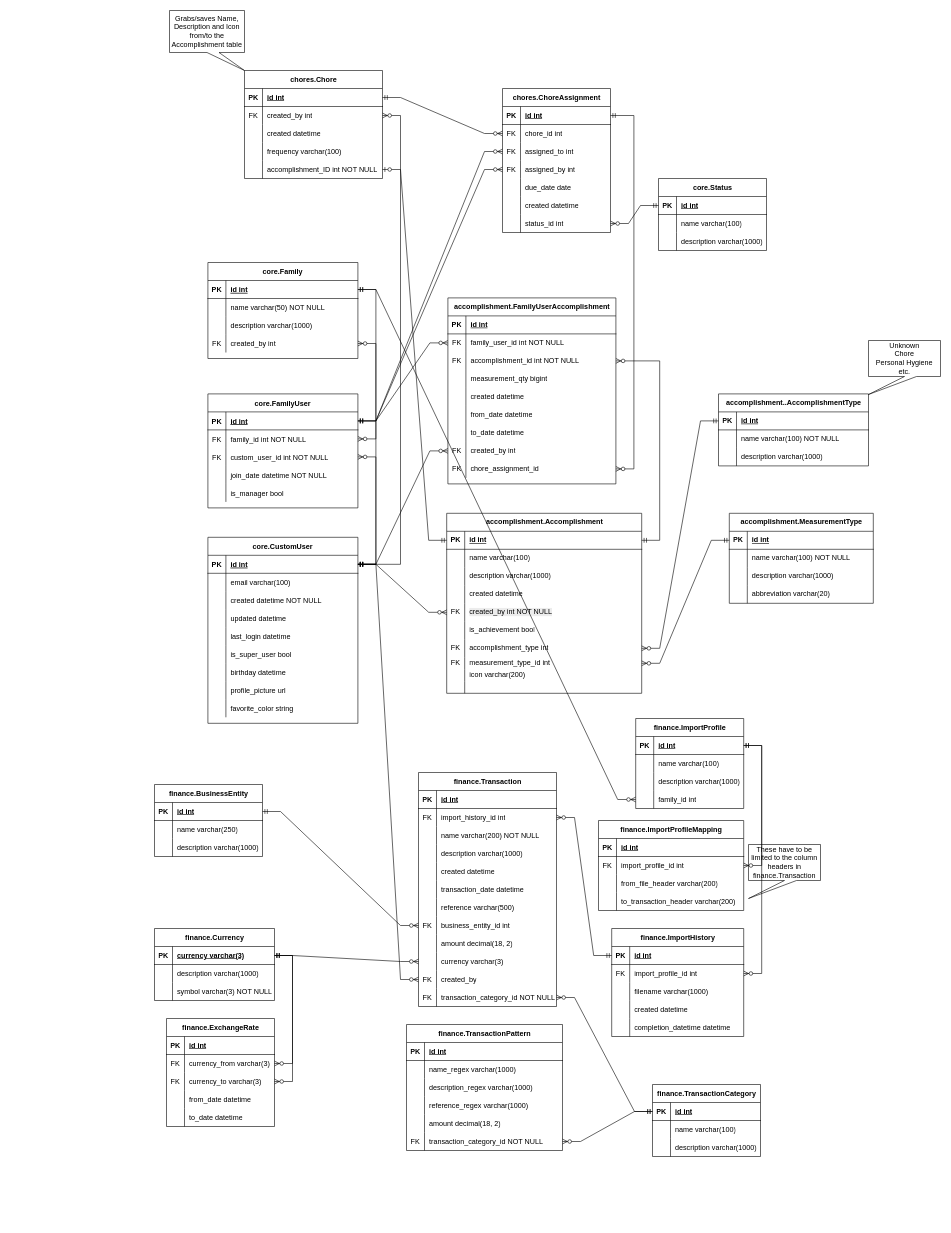
Before: documentation/erds/FamilyThingsERD.drawio in WimpieRatte/FamilyThings, a draw.io diagram. Source tidied: cells renumbered, new cells numbered last; positions are measured from the earlier drawing's top-left corner, leaving out a move shared by most shapes. Both pictures are drawn from the tidied source at 60%, with x=0, y=0 at pixel (154, 10).
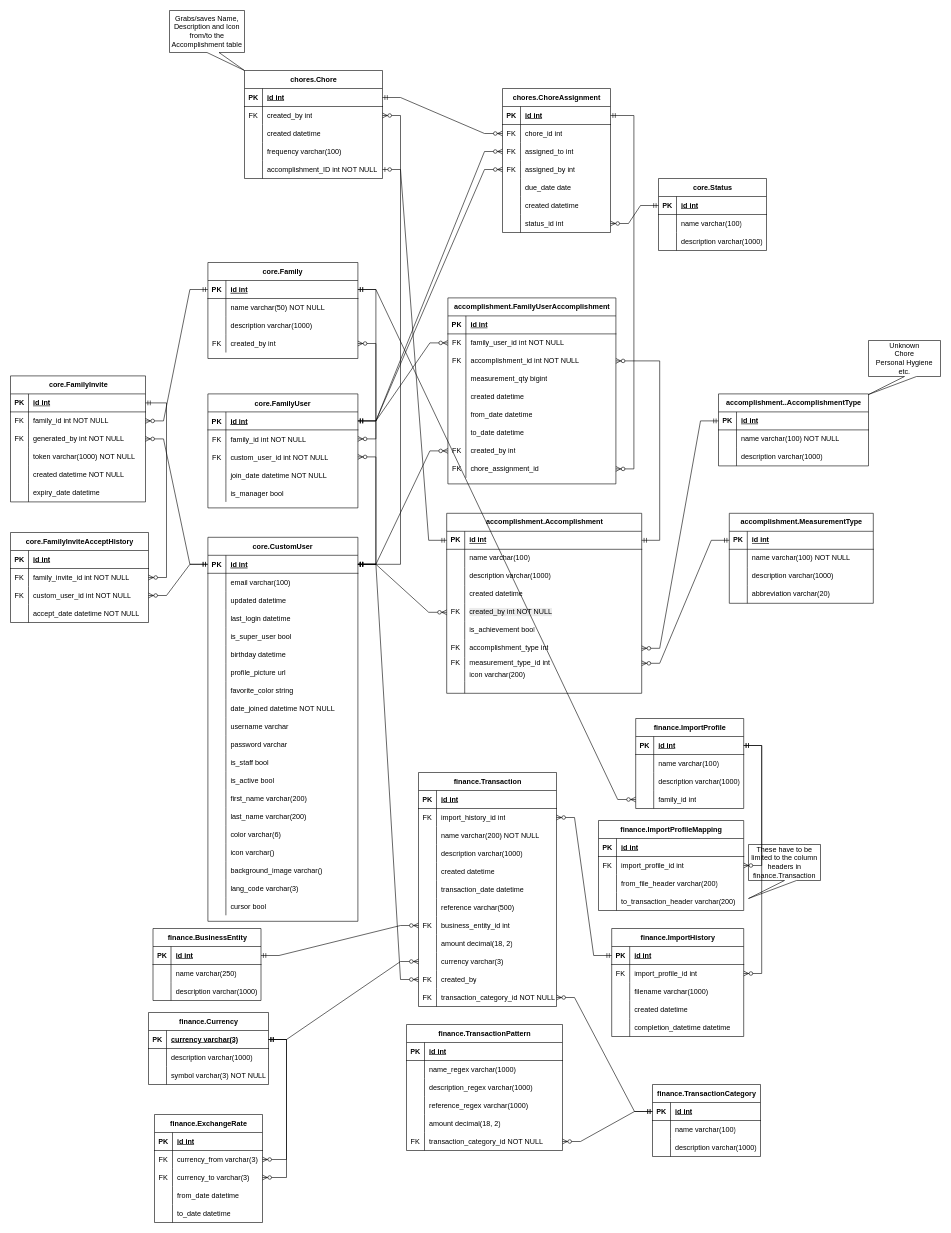
The same diagram, later.

The change refers to these unchanged cells:
```xml
<mxCell id="19" style="shape=partialRectangle;fillColor=none;points=[[0,0.5],[1,0.5]];portConstraint=eastwest;top=0;left=0;right=0;bottom=1;" parent="18" vertex="1">
  <mxGeometry y="30" width="250" height="30" as="geometry" />
</mxCell>
<mxCell id="129" style="shape=partialRectangle;fillColor=none;points=[[0,0.5],[1,0.5]];portConstraint=eastwest;top=0;left=0;right=0;bottom=1;" parent="128" vertex="1">
  <mxGeometry y="30" width="250" height="30" as="geometry" />
</mxCell>
```

The edit, as a diff of the source:
```diff
@@
     <mxCell id="18" value="core.CustomUser" style="shape=table;startSize=30;childLayout=tableLayout;rowLines=0;fontStyle=1;align=center;" parent="1" vertex="1">
-      <mxGeometry x="89" y="878" width="250" height="310" as="geometry" />
+      <mxGeometry x="89" y="878" width="250" height="640" as="geometry" />
     </mxCell>
@@
-    <mxCell id="25" style="shape=partialRectangle;fillColor=none;top=0;left=0;right=0;bottom=0;" parent="18" vertex="1">
-      <mxGeometry y="90" width="250" height="30" as="geometry" />
-    </mxCell>
-    <mxCell id="26" style="shape=partialRectangle;overflow=hidden;fillColor=none;top=0;left=0;bottom=0;right=0;" parent="25" vertex="1">
-      <mxGeometry width="30" height="30" as="geometry" />
-    </mxCell>
-    <mxCell id="27" value="created datetime NOT NULL" style="shape=partialRectangle;overflow=hidden;fillColor=none;top=0;left=0;bottom=0;right=0;align=left;spacingLeft=6;" parent="25" vertex="1">
-      <mxGeometry x="30" width="220" height="30" as="geometry" />
-    </mxCell>
     <mxCell id="28" style="shape=partialRectangle;fillColor=none;top=0;left=0;right=0;bottom=0;" parent="18" vertex="1">
-      <mxGeometry y="120" width="250" height="30" as="geometry" />
+      <mxGeometry y="90" width="250" height="30" as="geometry" />
     </mxCell>
@@
     <mxCell id="31" style="shape=partialRectangle;fillColor=none;top=0;left=0;right=0;bottom=0;" parent="18" vertex="1">
-      <mxGeometry y="150" width="250" height="30" as="geometry" />
+      <mxGeometry y="120" width="250" height="30" as="geometry" />
     </mxCell>
@@
     <mxCell id="34" style="shape=partialRectangle;fillColor=none;top=0;left=0;right=0;bottom=0;" parent="18" vertex="1">
-      <mxGeometry y="180" width="250" height="30" as="geometry" />
+      <mxGeometry y="150" width="250" height="30" as="geometry" />
     </mxCell>
@@
     <mxCell id="37" style="shape=partialRectangle;fillColor=none;top=0;left=0;right=0;bottom=0;" parent="18" vertex="1">
-      <mxGeometry y="210" width="250" height="30" as="geometry" />
+      <mxGeometry y="180" width="250" height="30" as="geometry" />
     </mxCell>
@@
     <mxCell id="40" style="shape=partialRectangle;fillColor=none;top=0;left=0;right=0;bottom=0;" parent="18" vertex="1">
-      <mxGeometry y="240" width="250" height="30" as="geometry" />
+      <mxGeometry y="210" width="250" height="30" as="geometry" />
     </mxCell>
@@
     <mxCell id="43" style="shape=partialRectangle;fillColor=none;top=0;left=0;right=0;bottom=0;" parent="18" vertex="1">
-      <mxGeometry y="270" width="250" height="30" as="geometry" />
+      <mxGeometry y="240" width="250" height="30" as="geometry" />
     </mxCell>
@@
+    <mxCell id="363" style="shape=partialRectangle;fillColor=none;top=0;left=0;right=0;bottom=0;" parent="18" vertex="1">
+      <mxGeometry y="270" width="250" height="30" as="geometry" />
+    </mxCell>
+    <mxCell id="364" style="shape=partialRectangle;overflow=hidden;fillColor=none;top=0;left=0;bottom=0;right=0;" parent="363" vertex="1">
+      <mxGeometry width="30" height="30" as="geometry" />
+    </mxCell>
+    <mxCell id="365" value="date_joined datetime NOT NULL" style="shape=partialRectangle;overflow=hidden;fillColor=none;top=0;left=0;bottom=0;right=0;align=left;spacingLeft=6;" parent="363" vertex="1">
+      <mxGeometry x="30" width="220" height="30" as="geometry" />
+    </mxCell>
+    <mxCell id="366" style="shape=partialRectangle;fillColor=none;top=0;left=0;right=0;bottom=0;" parent="18" vertex="1">
+      <mxGeometry y="300" width="250" height="30" as="geometry" />
+    </mxCell>
+    <mxCell id="367" style="shape=partialRectangle;overflow=hidden;fillColor=none;top=0;left=0;bottom=0;right=0;" parent="366" vertex="1">
+      <mxGeometry width="30" height="30" as="geometry" />
+    </mxCell>
+    <mxCell id="368" value="username varchar" style="shape=partialRectangle;overflow=hidden;fillColor=none;top=0;left=0;bottom=0;right=0;align=left;spacingLeft=6;" parent="366" vertex="1">
+      <mxGeometry x="30" width="220" height="30" as="geometry" />
+    </mxCell>
+    <mxCell id="369" style="shape=partialRectangle;fillColor=none;top=0;left=0;right=0;bottom=0;" parent="18" vertex="1">
+      <mxGeometry y="330" width="250" height="30" as="geometry" />
+    </mxCell>
+    <mxCell id="370" style="shape=partialRectangle;overflow=hidden;fillColor=none;top=0;left=0;bottom=0;right=0;" parent="369" vertex="1">
+      <mxGeometry width="30" height="30" as="geometry" />
+    </mxCell>
+    <mxCell id="371" value="password varchar" style="shape=partialRectangle;overflow=hidden;fillColor=none;top=0;left=0;bottom=0;right=0;align=left;spacingLeft=6;" parent="369" vertex="1">
+      <mxGeometry x="30" width="220" height="30" as="geometry" />
+    </mxCell>
+    <mxCell id="372" style="shape=partialRectangle;fillColor=none;top=0;left=0;right=0;bottom=0;" parent="18" vertex="1">
+      <mxGeometry y="360" width="250" height="30" as="geometry" />
+    </mxCell>
+    <mxCell id="373" style="shape=partialRectangle;overflow=hidden;fillColor=none;top=0;left=0;bottom=0;right=0;" parent="372" vertex="1">
+      <mxGeometry width="30" height="30" as="geometry" />
+    </mxCell>
+    <mxCell id="374" value="is_staff bool" style="shape=partialRectangle;overflow=hidden;fillColor=none;top=0;left=0;bottom=0;right=0;align=left;spacingLeft=6;" parent="372" vertex="1">
+      <mxGeometry x="30" width="220" height="30" as="geometry" />
+    </mxCell>
+    <mxCell id="375" style="shape=partialRectangle;fillColor=none;top=0;left=0;right=0;bottom=0;" parent="18" vertex="1">
+      <mxGeometry y="390" width="250" height="30" as="geometry" />
+    </mxCell>
+    <mxCell id="376" style="shape=partialRectangle;overflow=hidden;fillColor=none;top=0;left=0;bottom=0;right=0;" parent="375" vertex="1">
+      <mxGeometry width="30" height="30" as="geometry" />
+    </mxCell>
+    <mxCell id="377" value="is_active bool" style="shape=partialRectangle;overflow=hidden;fillColor=none;top=0;left=0;bottom=0;right=0;align=left;spacingLeft=6;" parent="375" vertex="1">
+      <mxGeometry x="30" width="220" height="30" as="geometry" />
+    </mxCell>
+    <mxCell id="378" style="shape=partialRectangle;fillColor=none;top=0;left=0;right=0;bottom=0;" parent="18" vertex="1">
+      <mxGeometry y="420" width="250" height="30" as="geometry" />
+    </mxCell>
+    <mxCell id="379" style="shape=partialRectangle;overflow=hidden;fillColor=none;top=0;left=0;bottom=0;right=0;" parent="378" vertex="1">
+      <mxGeometry width="30" height="30" as="geometry" />
+    </mxCell>
+    <mxCell id="380" value="first_name varchar(200)" style="shape=partialRectangle;overflow=hidden;fillColor=none;top=0;left=0;bottom=0;right=0;align=left;spacingLeft=6;" parent="378" vertex="1">
+      <mxGeometry x="30" width="220" height="30" as="geometry" />
+    </mxCell>
+    <mxCell id="381" style="shape=partialRectangle;fillColor=none;top=0;left=0;right=0;bottom=0;" parent="18" vertex="1">
+      <mxGeometry y="450" width="250" height="30" as="geometry" />
+    </mxCell>
+    <mxCell id="382" style="shape=partialRectangle;overflow=hidden;fillColor=none;top=0;left=0;bottom=0;right=0;" parent="381" vertex="1">
+      <mxGeometry width="30" height="30" as="geometry" />
+    </mxCell>
+    <mxCell id="383" value="last_name varchar(200)" style="shape=partialRectangle;overflow=hidden;fillColor=none;top=0;left=0;bottom=0;right=0;align=left;spacingLeft=6;" parent="381" vertex="1">
+      <mxGeometry x="30" width="220" height="30" as="geometry" />
+    </mxCell>
+    <mxCell id="384" style="shape=partialRectangle;fillColor=none;top=0;left=0;right=0;bottom=0;" parent="18" vertex="1">
+      <mxGeometry y="480" width="250" height="30" as="geometry" />
+    </mxCell>
+    <mxCell id="385" style="shape=partialRectangle;overflow=hidden;fillColor=none;top=0;left=0;bottom=0;right=0;" parent="384" vertex="1">
+      <mxGeometry width="30" height="30" as="geometry" />
+    </mxCell>
+    <mxCell id="386" value="color varchar(6)" style="shape=partialRectangle;overflow=hidden;fillColor=none;top=0;left=0;bottom=0;right=0;align=left;spacingLeft=6;" parent="384" vertex="1">
+      <mxGeometry x="30" width="220" height="30" as="geometry" />
+    </mxCell>
+    <mxCell id="387" style="shape=partialRectangle;fillColor=none;top=0;left=0;right=0;bottom=0;" parent="18" vertex="1">
+      <mxGeometry y="510" width="250" height="30" as="geometry" />
+    </mxCell>
+    <mxCell id="388" style="shape=partialRectangle;overflow=hidden;fillColor=none;top=0;left=0;bottom=0;right=0;" parent="387" vertex="1">
+      <mxGeometry width="30" height="30" as="geometry" />
+    </mxCell>
+    <mxCell id="389" value="icon varchar()" style="shape=partialRectangle;overflow=hidden;fillColor=none;top=0;left=0;bottom=0;right=0;align=left;spacingLeft=6;" parent="387" vertex="1">
+      <mxGeometry x="30" width="220" height="30" as="geometry" />
+    </mxCell>
+    <mxCell id="390" style="shape=partialRectangle;fillColor=none;top=0;left=0;right=0;bottom=0;" parent="18" vertex="1">
+      <mxGeometry y="540" width="250" height="30" as="geometry" />
+    </mxCell>
+    <mxCell id="391" style="shape=partialRectangle;overflow=hidden;fillColor=none;top=0;left=0;bottom=0;right=0;" parent="390" vertex="1">
+      <mxGeometry width="30" height="30" as="geometry" />
+    </mxCell>
+    <mxCell id="392" value="background_image varchar()" style="shape=partialRectangle;overflow=hidden;fillColor=none;top=0;left=0;bottom=0;right=0;align=left;spacingLeft=6;" parent="390" vertex="1">
+      <mxGeometry x="30" width="220" height="30" as="geometry" />
+    </mxCell>
+    <mxCell id="393" style="shape=partialRectangle;fillColor=none;top=0;left=0;right=0;bottom=0;" parent="18" vertex="1">
+      <mxGeometry y="570" width="250" height="30" as="geometry" />
+    </mxCell>
+    <mxCell id="394" style="shape=partialRectangle;overflow=hidden;fillColor=none;top=0;left=0;bottom=0;right=0;" parent="393" vertex="1">
+      <mxGeometry width="30" height="30" as="geometry" />
+    </mxCell>
+    <mxCell id="395" value="lang_code varchar(3)" style="shape=partialRectangle;overflow=hidden;fillColor=none;top=0;left=0;bottom=0;right=0;align=left;spacingLeft=6;" parent="393" vertex="1">
+      <mxGeometry x="30" width="220" height="30" as="geometry" />
+    </mxCell>
+    <mxCell id="396" style="shape=partialRectangle;fillColor=none;top=0;left=0;right=0;bottom=0;" parent="18" vertex="1">
+      <mxGeometry y="600" width="250" height="30" as="geometry" />
+    </mxCell>
+    <mxCell id="397" style="shape=partialRectangle;overflow=hidden;fillColor=none;top=0;left=0;bottom=0;right=0;" parent="396" vertex="1">
+      <mxGeometry width="30" height="30" as="geometry" />
+    </mxCell>
+    <mxCell id="398" value="cursor bool" style="shape=partialRectangle;overflow=hidden;fillColor=none;top=0;left=0;bottom=0;right=0;align=left;spacingLeft=6;" parent="396" vertex="1">
+      <mxGeometry x="30" width="220" height="30" as="geometry" />
+    </mxCell>
@@
     <mxCell id="187" value="finance.BusinessEntity" style="shape=table;startSize=30;childLayout=tableLayout;rowLines=0;fontStyle=1;align=center;html=1;" parent="1" vertex="1">
-      <mxGeometry y="1290" width="180" height="120" as="geometry" />
+      <mxGeometry x="-2.5" y="1530" width="180" height="120" as="geometry" />
     </mxCell>
@@
     <mxCell id="197" value="finance.Currency" style="shape=table;startSize=30;childLayout=tableLayout;rowLines=0;fontStyle=1;align=center;html=1;" parent="1" vertex="1">
-      <mxGeometry y="1530" width="200" height="120" as="geometry" />
+      <mxGeometry x="-10" y="1670" width="200" height="120" as="geometry" />
     </mxCell>
@@
     <mxCell id="209" value="finance.ExchangeRate" style="shape=table;startSize=30;childLayout=tableLayout;rowLines=0;fontStyle=1;align=center;html=1;" parent="1" vertex="1">
-      <mxGeometry x="20" y="1680" width="180" height="180" as="geometry" />
+      <mxGeometry y="1840" width="180" height="180" as="geometry" />
     </mxCell>
@@
+    <mxCell id="399" value="core.FamilyInvite" style="shape=table;startSize=30;childLayout=tableLayout;rowLines=0;fontStyle=1;align=center;html=1;" parent="1" vertex="1">
+      <mxGeometry x="-240" y="609" width="225" height="210" as="geometry" />
+    </mxCell>
+    <mxCell id="400" style="shape=tableRow;horizontal=0;startSize=0;swimlaneHead=0;swimlaneBody=0;fillColor=none;points=[[0,0.5],[1,0.5]];portConstraint=eastwest;top=0;left=0;right=0;bottom=1;" parent="399" vertex="1">
+      <mxGeometry y="30" width="225" height="30" as="geometry" />
+    </mxCell>
+    <mxCell id="401" value="PK" style="shape=partialRectangle;fillColor=none;top=0;left=0;bottom=0;right=0;fontStyle=1;overflow=hidden;whiteSpace=wrap;html=1;" parent="400" vertex="1">
+      <mxGeometry width="30" height="30" as="geometry" />
+    </mxCell>
+    <mxCell id="402" value="id int" style="shape=partialRectangle;fillColor=none;top=0;left=0;bottom=0;right=0;align=left;spacingLeft=6;fontStyle=5;overflow=hidden;whiteSpace=wrap;html=1;" parent="400" vertex="1">
+      <mxGeometry x="30" width="195" height="30" as="geometry" />
+    </mxCell>
+    <mxCell id="403" style="shape=tableRow;horizontal=0;startSize=0;swimlaneHead=0;swimlaneBody=0;fillColor=none;points=[[0,0.5],[1,0.5]];portConstraint=eastwest;top=0;left=0;right=0;bottom=0;" parent="399" vertex="1">
+      <mxGeometry y="60" width="225" height="30" as="geometry" />
+    </mxCell>
+    <mxCell id="404" value="FK" style="shape=partialRectangle;fillColor=none;top=0;left=0;bottom=0;right=0;overflow=hidden;whiteSpace=wrap;html=1;" parent="403" vertex="1">
+      <mxGeometry width="30" height="30" as="geometry" />
+    </mxCell>
+    <mxCell id="405" value="family_id int NOT NULL" style="shape=partialRectangle;fillColor=none;top=0;left=0;bottom=0;right=0;align=left;spacingLeft=6;overflow=hidden;whiteSpace=wrap;html=1;" parent="403" vertex="1">
+      <mxGeometry x="30" width="195" height="30" as="geometry" />
+    </mxCell>
+    <mxCell id="406" style="shape=tableRow;horizontal=0;startSize=0;swimlaneHead=0;swimlaneBody=0;fillColor=none;points=[[0,0.5],[1,0.5]];portConstraint=eastwest;top=0;left=0;right=0;bottom=0;" parent="399" vertex="1">
+      <mxGeometry y="90" width="225" height="30" as="geometry" />
+    </mxCell>
+    <mxCell id="407" value="FK" style="shape=partialRectangle;fillColor=none;top=0;left=0;bottom=0;right=0;overflow=hidden;whiteSpace=wrap;html=1;" parent="406" vertex="1">
+      <mxGeometry width="30" height="30" as="geometry" />
+    </mxCell>
+    <mxCell id="408" value="generated_by int NOT NULL" style="shape=partialRectangle;fillColor=none;top=0;left=0;bottom=0;right=0;align=left;spacingLeft=6;overflow=hidden;whiteSpace=wrap;html=1;" parent="406" vertex="1">
+      <mxGeometry x="30" width="195" height="30" as="geometry" />
+    </mxCell>
+    <mxCell id="409" style="shape=tableRow;horizontal=0;startSize=0;swimlaneHead=0;swimlaneBody=0;fillColor=none;top=0;left=0;right=0;bottom=0;" parent="399" vertex="1">
+      <mxGeometry y="120" width="225" height="30" as="geometry" />
+    </mxCell>
+    <mxCell id="410" style="shape=partialRectangle;fillColor=none;top=0;left=0;bottom=0;right=0;overflow=hidden;whiteSpace=wrap;html=1;" parent="409" vertex="1">
+      <mxGeometry width="30" height="30" as="geometry" />
+    </mxCell>
+    <mxCell id="411" value="token varchar(1000) NOT NULL" style="shape=partialRectangle;fillColor=none;top=0;left=0;bottom=0;right=0;align=left;spacingLeft=6;overflow=hidden;whiteSpace=wrap;html=1;" parent="409" vertex="1">
+      <mxGeometry x="30" width="195" height="30" as="geometry" />
+    </mxCell>
+    <mxCell id="412" style="shape=tableRow;horizontal=0;startSize=0;swimlaneHead=0;swimlaneBody=0;fillColor=none;top=0;left=0;right=0;bottom=0;" parent="399" vertex="1">
+      <mxGeometry y="150" width="225" height="30" as="geometry" />
+    </mxCell>
+    <mxCell id="413" style="shape=partialRectangle;fillColor=none;top=0;left=0;bottom=0;right=0;overflow=hidden;whiteSpace=wrap;html=1;" parent="412" vertex="1">
+      <mxGeometry width="30" height="30" as="geometry" />
+    </mxCell>
+    <mxCell id="27" value="created datetime NOT NULL" style="shape=partialRectangle;fillColor=none;top=0;left=0;bottom=0;right=0;align=left;spacingLeft=6;overflow=hidden;whiteSpace=wrap;html=1;" parent="412" vertex="1">
+      <mxGeometry x="30" width="195" height="30" as="geometry" />
+    </mxCell>
+    <mxCell id="414" style="shape=tableRow;horizontal=0;startSize=0;swimlaneHead=0;swimlaneBody=0;fillColor=none;top=0;left=0;right=0;bottom=0;" parent="399" vertex="1">
+      <mxGeometry y="180" width="225" height="30" as="geometry" />
+    </mxCell>
+    <mxCell id="415" style="shape=partialRectangle;fillColor=none;top=0;left=0;bottom=0;right=0;overflow=hidden;whiteSpace=wrap;html=1;" parent="414" vertex="1">
+      <mxGeometry width="30" height="30" as="geometry" />
+    </mxCell>
+    <mxCell id="416" value="expiry_date datetime" style="shape=partialRectangle;fillColor=none;top=0;left=0;bottom=0;right=0;align=left;spacingLeft=6;overflow=hidden;whiteSpace=wrap;html=1;" parent="414" vertex="1">
+      <mxGeometry x="30" width="195" height="30" as="geometry" />
+    </mxCell>
+    <mxCell id="417" value="core.FamilyInviteAcceptHistory" style="shape=table;startSize=30;childLayout=tableLayout;rowLines=0;fontStyle=1;align=center;html=1;" parent="1" vertex="1">
+      <mxGeometry x="-240" y="870" width="230" height="150" as="geometry" />
+    </mxCell>
+    <mxCell id="418" style="shape=tableRow;horizontal=0;startSize=0;swimlaneHead=0;swimlaneBody=0;fillColor=none;top=0;left=0;right=0;bottom=1;" parent="417" vertex="1">
+      <mxGeometry y="30" width="230" height="30" as="geometry" />
+    </mxCell>
+    <mxCell id="419" value="PK" style="shape=partialRectangle;fillColor=none;top=0;left=0;bottom=0;right=0;fontStyle=1;overflow=hidden;whiteSpace=wrap;html=1;" parent="418" vertex="1">
+      <mxGeometry width="30" height="30" as="geometry" />
+    </mxCell>
+    <mxCell id="420" value="id int" style="shape=partialRectangle;fillColor=none;top=0;left=0;bottom=0;right=0;align=left;spacingLeft=6;fontStyle=5;overflow=hidden;whiteSpace=wrap;html=1;" parent="418" vertex="1">
+      <mxGeometry x="30" width="200" height="30" as="geometry" />
+    </mxCell>
+    <mxCell id="421" style="shape=tableRow;horizontal=0;startSize=0;swimlaneHead=0;swimlaneBody=0;fillColor=none;points=[[0,0.5],[1,0.5]];portConstraint=eastwest;top=0;left=0;right=0;bottom=0;" parent="417" vertex="1">
+      <mxGeometry y="60" width="230" height="30" as="geometry" />
+    </mxCell>
+    <mxCell id="422" value="FK" style="shape=partialRectangle;fillColor=none;top=0;left=0;bottom=0;right=0;overflow=hidden;whiteSpace=wrap;html=1;" parent="421" vertex="1">
+      <mxGeometry width="30" height="30" as="geometry" />
+    </mxCell>
+    <mxCell id="423" value="family_invite_id int NOT NULL" style="shape=partialRectangle;fillColor=none;top=0;left=0;bottom=0;right=0;align=left;spacingLeft=6;overflow=hidden;whiteSpace=wrap;html=1;" parent="421" vertex="1">
+      <mxGeometry x="30" width="200" height="30" as="geometry" />
+    </mxCell>
+    <mxCell id="424" style="shape=tableRow;horizontal=0;startSize=0;swimlaneHead=0;swimlaneBody=0;fillColor=none;points=[[0,0.5],[1,0.5]];portConstraint=eastwest;top=0;left=0;right=0;bottom=0;" parent="417" vertex="1">
+      <mxGeometry y="90" width="230" height="30" as="geometry" />
+    </mxCell>
+    <mxCell id="425" value="FK" style="shape=partialRectangle;fillColor=none;top=0;left=0;bottom=0;right=0;overflow=hidden;whiteSpace=wrap;html=1;" parent="424" vertex="1">
+      <mxGeometry width="30" height="30" as="geometry" />
+    </mxCell>
+    <mxCell id="426" value="custom_user_id int NOT NULL" style="shape=partialRectangle;fillColor=none;top=0;left=0;bottom=0;right=0;align=left;spacingLeft=6;overflow=hidden;whiteSpace=wrap;html=1;" parent="424" vertex="1">
+      <mxGeometry x="30" width="200" height="30" as="geometry" />
+    </mxCell>
+    <mxCell id="427" style="shape=tableRow;horizontal=0;startSize=0;swimlaneHead=0;swimlaneBody=0;fillColor=none;top=0;left=0;right=0;bottom=0;" parent="417" vertex="1">
+      <mxGeometry y="120" width="230" height="30" as="geometry" />
+    </mxCell>
+    <mxCell id="428" style="shape=partialRectangle;fillColor=none;top=0;left=0;bottom=0;right=0;overflow=hidden;whiteSpace=wrap;html=1;" parent="427" vertex="1">
+      <mxGeometry width="30" height="30" as="geometry" />
+    </mxCell>
+    <mxCell id="429" value="accept_date datetime NOT NULL" style="shape=partialRectangle;fillColor=none;top=0;left=0;bottom=0;right=0;align=left;spacingLeft=6;overflow=hidden;whiteSpace=wrap;html=1;" parent="427" vertex="1">
+      <mxGeometry x="30" width="200" height="30" as="geometry" />
+    </mxCell>
+    <mxCell id="430" style="edgeStyle=entityRelationEdgeStyle;fontSize=12;html=1;endArrow=ERzeroToMany;startArrow=ERmandOne;rounded=0;" parent="1" edge="1" source="19" target="424">
+      <mxGeometry relative="1" as="geometry" />
+    </mxCell>
+    <mxCell id="431" style="edgeStyle=entityRelationEdgeStyle;fontSize=12;html=1;endArrow=ERzeroToMany;startArrow=ERmandOne;rounded=0;" parent="1" edge="1" source="400" target="421">
+      <mxGeometry relative="1" as="geometry" />
+    </mxCell>
+    <mxCell id="432" style="edgeStyle=entityRelationEdgeStyle;fontSize=12;html=1;endArrow=ERzeroToMany;startArrow=ERmandOne;rounded=0;" parent="1" edge="1" source="129" target="403">
+      <mxGeometry relative="1" as="geometry" />
+    </mxCell>
+    <mxCell id="433" style="edgeStyle=entityRelationEdgeStyle;fontSize=12;html=1;endArrow=ERzeroToMany;startArrow=ERmandOne;rounded=0;" parent="1" edge="1" source="19" target="406">
+      <mxGeometry relative="1" as="geometry" />
+    </mxCell>
```
